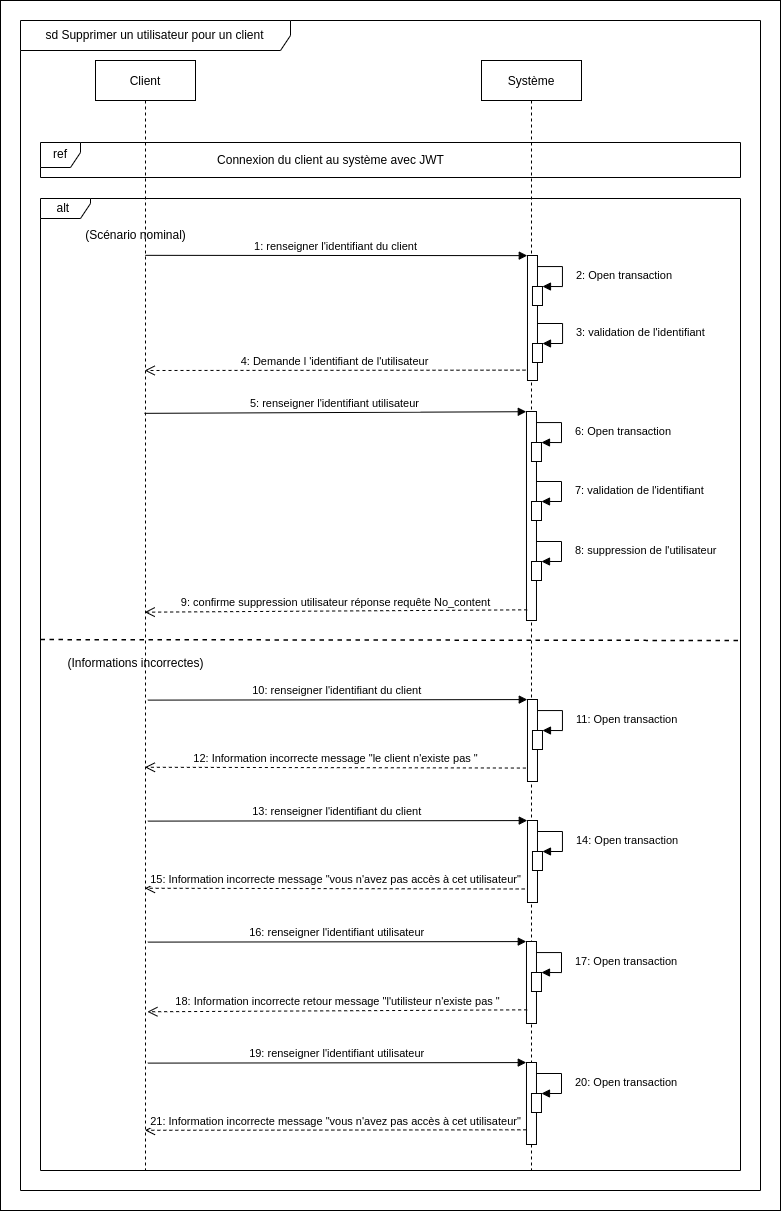
Above: conception/Diagramme UML/Diag-séquences/Diag séq Supprimer un utilisateur.png in laurent-66/API-BileMo (draw.io), before the change. Source tidied: cells renumbered, new cells last; positions are measured from the earlier drawing's top-left corner, leaving out a move shared by most shapes.
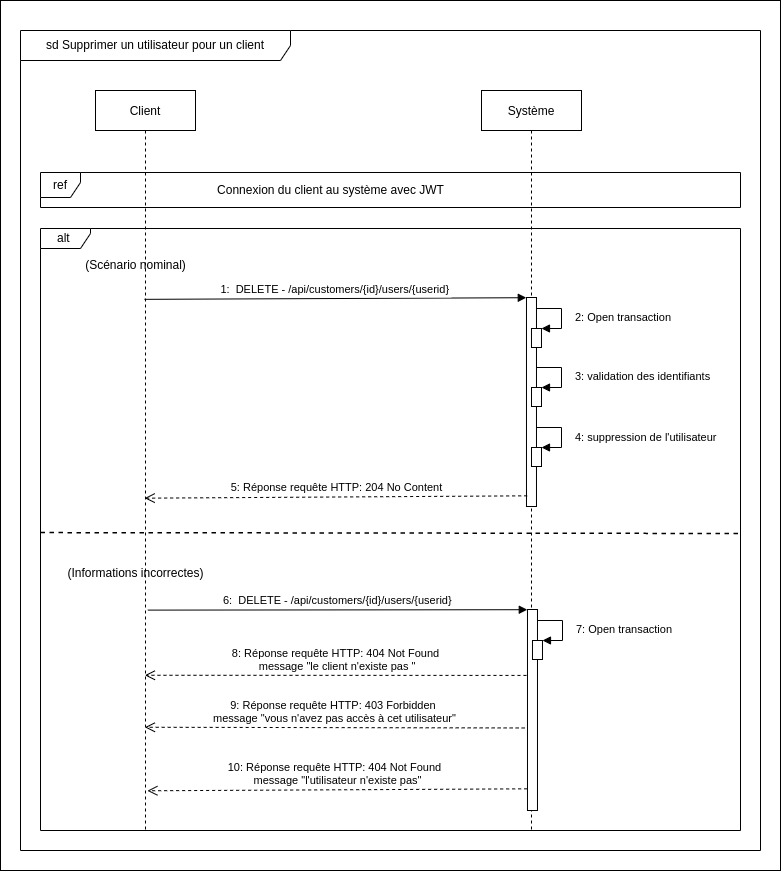
The same file after the commit.

The edit, as a diff of the source:
```diff
@@ -3,86 +3,69 @@
     <mxCell id="0" />
     <mxCell id="1" parent="0" />
     <mxCell id="2" style="rounded=0;whiteSpace=wrap;html=1;" parent="1" vertex="1">
-      <mxGeometry width="780" height="1210" as="geometry" />
+      <mxGeometry y="-30" width="780" height="870" as="geometry" />
     </mxCell>
     <mxCell id="3" value="Client" style="shape=umlLifeline;perimeter=lifelinePerimeter;rounded=0;shadow=0;strokeWidth=1;" parent="1" vertex="1">
-      <mxGeometry x="95" y="60" width="100" height="1110" as="geometry" />
+      <mxGeometry x="95" y="60" width="100" height="740" as="geometry" />
     </mxCell>
     <mxCell id="4" value="Système" style="shape=umlLifeline;perimeter=lifelinePerimeter;rounded=0;shadow=0;strokeWidth=1;" parent="1" vertex="1">
-      <mxGeometry x="481" y="60" width="100" height="1110" as="geometry" />
+      <mxGeometry x="481" y="60" width="100" height="740" as="geometry" />
     </mxCell>
     <mxCell id="5" style="points=[];perimeter=orthogonalPerimeter;rounded=0;shadow=0;strokeWidth=1;" parent="4" vertex="1">
-      <mxGeometry x="45" y="351" width="10" height="209" as="geometry" />
+      <mxGeometry x="45" y="207" width="10" height="209" as="geometry" />
     </mxCell>
     <mxCell id="6" style="html=1;points=[];perimeter=orthogonalPerimeter;" parent="4" vertex="1">
-      <mxGeometry x="50" y="382" width="10" height="19" as="geometry" />
+      <mxGeometry x="50" y="238" width="10" height="19" as="geometry" />
     </mxCell>
-    <mxCell id="7" value="6: Open transaction" style="edgeStyle=orthogonalEdgeStyle;html=1;align=left;spacingLeft=2;endArrow=block;rounded=0;entryX=1;entryY=0;" parent="4" edge="1" source="5" target="6">
+    <mxCell id="7" value="2: Open transaction" style="edgeStyle=orthogonalEdgeStyle;html=1;align=left;spacingLeft=2;endArrow=block;rounded=0;entryX=1;entryY=0;" parent="4" edge="1" source="5" target="6">
       <mxGeometry x="0.06" y="10" relative="1" as="geometry">
         <Array as="points">
-          <mxPoint x="80" y="362" />
-          <mxPoint x="80" y="382" />
+          <mxPoint x="80" y="218" />
+          <mxPoint x="80" y="238" />
         </Array>
       </mxGeometry>
     </mxCell>
-    <mxCell id="8" value="9: confirme suppression utilisateur réponse requête No_content" style="html=1;verticalAlign=bottom;endArrow=open;dashed=1;endSize=8;rounded=0;exitX=0.067;exitY=0.937;exitDx=0;exitDy=0;exitPerimeter=0;entryX=0.492;entryY=0.497;entryDx=0;entryDy=0;entryPerimeter=0;" parent="4" edge="1" target="3">
+    <mxCell id="8" value="5: Réponse requête HTTP: 204 No Content" style="html=1;verticalAlign=bottom;endArrow=open;dashed=1;endSize=8;rounded=0;exitX=0.067;exitY=0.937;exitDx=0;exitDy=0;exitPerimeter=0;entryX=0.492;entryY=0.497;entryDx=0;entryDy=0;entryPerimeter=0;" parent="4" edge="1">
       <mxGeometry relative="1" as="geometry">
-        <mxPoint x="45.7" y="549.3" as="sourcePoint" />
+        <mxPoint x="45.7" y="405.3" as="sourcePoint" />
+        <mxPoint x="-336.8" y="407.7" as="targetPoint" />
       </mxGeometry>
     </mxCell>
     <mxCell id="9" style="html=1;points=[];perimeter=orthogonalPerimeter;" parent="4" vertex="1">
-      <mxGeometry x="50" y="441" width="10" height="19" as="geometry" />
+      <mxGeometry x="50" y="297" width="10" height="19" as="geometry" />
     </mxCell>
-    <mxCell id="10" value="7: validation de l'identifiant" style="edgeStyle=orthogonalEdgeStyle;html=1;align=left;spacingLeft=2;endArrow=block;rounded=0;entryX=1;entryY=0;" parent="4" edge="1" target="9">
+    <mxCell id="10" value="3: validation des identifiants" style="edgeStyle=orthogonalEdgeStyle;html=1;align=left;spacingLeft=2;endArrow=block;rounded=0;entryX=1;entryY=0;" parent="4" edge="1" target="9">
       <mxGeometry x="0.06" y="10" relative="1" as="geometry">
-        <mxPoint x="55" y="421" as="sourcePoint" />
+        <mxPoint x="55" y="277" as="sourcePoint" />
         <Array as="points">
-          <mxPoint x="80" y="421" />
-          <mxPoint x="80" y="441" />
+          <mxPoint x="80" y="277" />
+          <mxPoint x="80" y="297" />
         </Array>
       </mxGeometry>
     </mxCell>
-    <mxCell id="11" style="points=[];perimeter=orthogonalPerimeter;rounded=0;shadow=0;strokeWidth=1;" parent="4" vertex="1">
-      <mxGeometry x="45" y="881" width="10" height="82" as="geometry" />
-    </mxCell>
-    <mxCell id="12" style="html=1;points=[];perimeter=orthogonalPerimeter;" parent="4" vertex="1">
-      <mxGeometry x="50" y="912" width="10" height="19" as="geometry" />
-    </mxCell>
-    <mxCell id="13" value="17: Open transaction" style="edgeStyle=orthogonalEdgeStyle;html=1;align=left;spacingLeft=2;endArrow=block;rounded=0;entryX=1;entryY=0;" parent="4" edge="1" source="11" target="12">
-      <mxGeometry x="0.06" y="10" relative="1" as="geometry">
-        <Array as="points">
-          <mxPoint x="80" y="892" />
-          <mxPoint x="80" y="912" />
-        </Array>
-      </mxGeometry>
-    </mxCell>
-    <mxCell id="14" value="18: Information incorrecte retour message &quot;l'utilisteur n'existe pas &quot;" style="html=1;verticalAlign=bottom;endArrow=open;dashed=1;endSize=8;rounded=0;exitX=0.067;exitY=0.937;exitDx=0;exitDy=0;exitPerimeter=0;entryX=0.519;entryY=0.857;entryDx=0;entryDy=0;entryPerimeter=0;" parent="4" edge="1" target="3">
+    <mxCell id="14" value="10: Réponse requête HTTP: 404 Not Found&amp;nbsp; &lt;br&gt;message &quot;l'utilisateur n'existe pas&quot;" style="html=1;verticalAlign=bottom;endArrow=open;dashed=1;endSize=8;rounded=0;exitX=0.067;exitY=0.937;exitDx=0;exitDy=0;exitPerimeter=0;entryX=0.519;entryY=0.857;entryDx=0;entryDy=0;entryPerimeter=0;" parent="4" edge="1">
       <mxGeometry relative="1" as="geometry">
-        <mxPoint x="45.7" y="949.3" as="sourcePoint" />
+        <mxPoint x="45.7" y="698.3" as="sourcePoint" />
+        <mxPoint x="-334.1" y="700.3" as="targetPoint" />
       </mxGeometry>
     </mxCell>
-    <mxCell id="15" value="4: Demande l 'identifiant de l'utilisateur" style="html=1;verticalAlign=bottom;endArrow=open;dashed=1;endSize=8;rounded=0;exitX=-0.198;exitY=0.917;exitDx=0;exitDy=0;exitPerimeter=0;" parent="4" edge="1" source="25">
-      <mxGeometry relative="1" as="geometry">
-        <mxPoint x="-336.8" y="310" as="targetPoint" />
-      </mxGeometry>
-    </mxCell>
     <mxCell id="16" value="alt&amp;nbsp;" style="shape=umlFrame;whiteSpace=wrap;html=1;width=50;height=20;" parent="1" vertex="1">
-      <mxGeometry x="40" y="198" width="700" height="972" as="geometry" />
+      <mxGeometry x="40" y="198" width="700" height="602" as="geometry" />
     </mxCell>
     <mxCell id="17" value="(Scénario nominal)" style="text;html=1;align=center;verticalAlign=middle;strokeColor=none;fillColor=none;" parent="1" vertex="1">
       <mxGeometry x="75" y="220" width="120" height="30" as="geometry" />
     </mxCell>
     <mxCell id="18" value="(Informations incorrectes)" style="text;html=1;align=center;verticalAlign=middle;strokeColor=none;fillColor=none;" parent="1" vertex="1">
-      <mxGeometry x="55" y="648" width="160" height="30" as="geometry" />
+      <mxGeometry x="55" y="528" width="160" height="30" as="geometry" />
     </mxCell>
     <mxCell id="19" style="endArrow=none;dashed=1;html=1;rounded=0;exitX=0;exitY=0.645;exitDx=0;exitDy=0;exitPerimeter=0;strokeWidth=1.5;" parent="1" edge="1">
       <mxGeometry relative="1" as="geometry">
-        <mxPoint x="40" y="639.1" as="sourcePoint" />
-        <mxPoint x="740" y="640" as="targetPoint" />
+        <mxPoint x="40" y="502.1" as="sourcePoint" />
+        <mxPoint x="740" y="503" as="targetPoint" />
       </mxGeometry>
     </mxCell>
     <mxCell id="20" value="sd Supprimer un utilisateur pour un client" style="shape=umlFrame;whiteSpace=wrap;html=1;width=270;height=30;" parent="1" vertex="1">
-      <mxGeometry x="20" y="20" width="740" height="1170" as="geometry" />
+      <mxGeometry x="20" width="740" height="820" as="geometry" />
     </mxCell>
     <mxCell id="21" value="ref" style="shape=umlFrame;whiteSpace=wrap;html=1;width=40;height=25;" parent="1" vertex="1">
       <mxGeometry x="40" y="142" width="700" height="35" as="geometry" />
@@ -90,129 +73,51 @@
     <mxCell id="22" value="Connexion du client au système avec JWT" style="text;html=1;align=center;verticalAlign=middle;strokeColor=none;fillColor=none;" parent="1" vertex="1">
       <mxGeometry x="205" y="145" width="250" height="30" as="geometry" />
     </mxCell>
-    <mxCell id="23" value="16: renseigner l'identifiant utilisateur" style="verticalAlign=bottom;endArrow=block;shadow=0;strokeWidth=1;entryX=-0.02;entryY=0.001;entryDx=0;entryDy=0;entryPerimeter=0;exitX=0.523;exitY=0.857;exitDx=0;exitDy=0;exitPerimeter=0;" parent="1" edge="1" target="11">
-      <mxGeometry relative="1" as="geometry">
-        <mxPoint x="147.3" y="941.6" as="sourcePoint" />
-      </mxGeometry>
-    </mxCell>
-    <mxCell id="24" value="5: renseigner l'identifiant utilisateur" style="verticalAlign=bottom;endArrow=block;shadow=0;strokeWidth=1;entryX=-0.02;entryY=0.001;entryDx=0;entryDy=0;entryPerimeter=0;exitX=0.489;exitY=0.508;exitDx=0;exitDy=0;exitPerimeter=0;" parent="1" edge="1" target="5">
+    <mxCell id="24" value="1:  DELETE - /api/customers/{id}/users/{userid}" style="verticalAlign=bottom;endArrow=block;shadow=0;strokeWidth=1;entryX=-0.02;entryY=0.001;entryDx=0;entryDy=0;entryPerimeter=0;exitX=0.489;exitY=0.508;exitDx=0;exitDy=0;exitPerimeter=0;" parent="1" edge="1" target="5">
       <mxGeometry relative="1" as="geometry">
-        <mxPoint x="143.9" y="412.8" as="sourcePoint" />
+        <mxPoint x="143.9" y="268.8" as="sourcePoint" />
       </mxGeometry>
     </mxCell>
-    <mxCell id="25" style="points=[];perimeter=orthogonalPerimeter;rounded=0;shadow=0;strokeWidth=1;" parent="1" vertex="1">
-      <mxGeometry x="527" y="255" width="10" height="125" as="geometry" />
-    </mxCell>
-    <mxCell id="26" style="html=1;points=[];perimeter=orthogonalPerimeter;" parent="1" vertex="1">
-      <mxGeometry x="532" y="286" width="10" height="19" as="geometry" />
-    </mxCell>
-    <mxCell id="27" value="2: Open transaction" style="edgeStyle=orthogonalEdgeStyle;html=1;align=left;spacingLeft=2;endArrow=block;rounded=0;entryX=1;entryY=0;" parent="1" edge="1" source="25" target="26">
-      <mxGeometry x="0.06" y="10" relative="1" as="geometry">
-        <Array as="points">
-          <mxPoint x="562" y="266" />
-          <mxPoint x="562" y="286" />
-        </Array>
-      </mxGeometry>
-    </mxCell>
-    <mxCell id="28" value="1: renseigner l'identifiant du client" style="verticalAlign=bottom;endArrow=block;shadow=0;strokeWidth=1;entryX=-0.02;entryY=0.001;entryDx=0;entryDy=0;entryPerimeter=0;exitX=0.489;exitY=0.508;exitDx=0;exitDy=0;exitPerimeter=0;" parent="1" edge="1" target="25">
-      <mxGeometry relative="1" as="geometry">
-        <mxPoint x="144.9" y="254.8" as="sourcePoint" />
-      </mxGeometry>
-    </mxCell>
-    <mxCell id="29" style="html=1;points=[];perimeter=orthogonalPerimeter;" parent="1" vertex="1">
-      <mxGeometry x="532" y="343" width="10" height="19" as="geometry" />
-    </mxCell>
-    <mxCell id="30" value="3: validation de l'identifiant" style="edgeStyle=orthogonalEdgeStyle;html=1;align=left;spacingLeft=2;endArrow=block;rounded=0;entryX=1;entryY=0;" parent="1" edge="1" target="29">
-      <mxGeometry x="0.06" y="10" relative="1" as="geometry">
-        <mxPoint x="537" y="323" as="sourcePoint" />
-        <Array as="points">
-          <mxPoint x="562" y="323" />
-          <mxPoint x="562" y="343" />
-        </Array>
-      </mxGeometry>
-    </mxCell>
     <mxCell id="31" style="html=1;points=[];perimeter=orthogonalPerimeter;" parent="1" vertex="1">
-      <mxGeometry x="531" y="561" width="10" height="19" as="geometry" />
+      <mxGeometry x="531" y="417" width="10" height="19" as="geometry" />
     </mxCell>
-    <mxCell id="32" value="8: suppression de l'utilisateur" style="edgeStyle=orthogonalEdgeStyle;html=1;align=left;spacingLeft=2;endArrow=block;rounded=0;entryX=1;entryY=0;exitX=0.967;exitY=0.622;exitDx=0;exitDy=0;exitPerimeter=0;" parent="1" edge="1" source="5" target="31">
+    <mxCell id="32" value="4: suppression de l'utilisateur" style="edgeStyle=orthogonalEdgeStyle;html=1;align=left;spacingLeft=2;endArrow=block;rounded=0;entryX=1;entryY=0;exitX=0.967;exitY=0.622;exitDx=0;exitDy=0;exitPerimeter=0;" parent="1" edge="1" source="5" target="31">
       <mxGeometry x="0.06" y="10" relative="1" as="geometry">
         <Array as="points">
-          <mxPoint x="561" y="541" />
-          <mxPoint x="561" y="561" />
+          <mxPoint x="561" y="397" />
+          <mxPoint x="561" y="417" />
         </Array>
       </mxGeometry>
     </mxCell>
-    <mxCell id="33" style="points=[];perimeter=orthogonalPerimeter;rounded=0;shadow=0;strokeWidth=1;" parent="1" vertex="1">
-      <mxGeometry x="526" y="1062" width="10" height="82" as="geometry" />
-    </mxCell>
-    <mxCell id="34" style="html=1;points=[];perimeter=orthogonalPerimeter;" parent="1" vertex="1">
-      <mxGeometry x="531" y="1093" width="10" height="19" as="geometry" />
-    </mxCell>
-    <mxCell id="35" value="20: Open transaction" style="edgeStyle=orthogonalEdgeStyle;html=1;align=left;spacingLeft=2;endArrow=block;rounded=0;entryX=1;entryY=0;" parent="1" edge="1" source="33" target="34">
-      <mxGeometry x="0.06" y="10" relative="1" as="geometry">
-        <Array as="points">
-          <mxPoint x="561" y="1073" />
-          <mxPoint x="561" y="1093" />
-        </Array>
-      </mxGeometry>
-    </mxCell>
-    <mxCell id="36" value="21: Information incorrecte message &quot;vous n'avez pas accès à cet utilisateur&quot;" style="html=1;verticalAlign=bottom;endArrow=open;dashed=1;endSize=8;rounded=0;exitX=-0.015;exitY=0.821;exitDx=0;exitDy=0;exitPerimeter=0;entryX=0.494;entryY=0.949;entryDx=0;entryDy=0;entryPerimeter=0;" parent="1" edge="1" source="33">
-      <mxGeometry relative="1" as="geometry">
-        <mxPoint x="144.4" y="1129.8" as="targetPoint" />
-      </mxGeometry>
-    </mxCell>
-    <mxCell id="37" value="19: renseigner l'identifiant utilisateur" style="verticalAlign=bottom;endArrow=block;shadow=0;strokeWidth=1;entryX=-0.02;entryY=0.001;entryDx=0;entryDy=0;entryPerimeter=0;exitX=0.523;exitY=0.857;exitDx=0;exitDy=0;exitPerimeter=0;" parent="1" edge="1" target="33">
-      <mxGeometry relative="1" as="geometry">
-        <mxPoint x="147.3" y="1062.6" as="sourcePoint" />
-      </mxGeometry>
-    </mxCell>
     <mxCell id="38" style="points=[];perimeter=orthogonalPerimeter;rounded=0;shadow=0;strokeWidth=1;" parent="1" vertex="1">
-      <mxGeometry x="527" y="699" width="10" height="82" as="geometry" />
+      <mxGeometry x="527" y="579" width="10" height="201" as="geometry" />
     </mxCell>
     <mxCell id="39" style="html=1;points=[];perimeter=orthogonalPerimeter;" parent="1" vertex="1">
-      <mxGeometry x="532" y="730" width="10" height="19" as="geometry" />
+      <mxGeometry x="532" y="610" width="10" height="19" as="geometry" />
     </mxCell>
-    <mxCell id="40" value="11: Open transaction" style="edgeStyle=orthogonalEdgeStyle;html=1;align=left;spacingLeft=2;endArrow=block;rounded=0;entryX=1;entryY=0;" parent="1" edge="1" source="38" target="39">
+    <mxCell id="40" value="7: Open transaction" style="edgeStyle=orthogonalEdgeStyle;html=1;align=left;spacingLeft=2;endArrow=block;rounded=0;entryX=1;entryY=0;" parent="1" edge="1" source="38" target="39">
       <mxGeometry x="0.06" y="10" relative="1" as="geometry">
         <Array as="points">
-          <mxPoint x="562" y="710" />
-          <mxPoint x="562" y="730" />
+          <mxPoint x="562" y="590" />
+          <mxPoint x="562" y="610" />
         </Array>
       </mxGeometry>
     </mxCell>
-    <mxCell id="41" value="12: Information incorrecte message &quot;le client n'existe pas &quot;" style="html=1;verticalAlign=bottom;endArrow=open;dashed=1;endSize=8;rounded=0;exitX=-0.16;exitY=0.836;exitDx=0;exitDy=0;exitPerimeter=0;entryX=0.494;entryY=0.949;entryDx=0;entryDy=0;entryPerimeter=0;" parent="1" edge="1" source="38">
+    <mxCell id="41" value="8: Réponse requête HTTP: 404 Not Found&lt;br&gt;&amp;nbsp;message &quot;le client n'existe pas &quot;" style="html=1;verticalAlign=bottom;endArrow=open;dashed=1;endSize=8;rounded=0;entryX=0.494;entryY=0.949;entryDx=0;entryDy=0;entryPerimeter=0;exitX=-0.102;exitY=0.328;exitDx=0;exitDy=0;exitPerimeter=0;" parent="1" edge="1" source="38">
       <mxGeometry relative="1" as="geometry">
-        <mxPoint x="144.4" y="766.8" as="targetPoint" />
+        <mxPoint x="144.4" y="644.8" as="targetPoint" />
       </mxGeometry>
     </mxCell>
-    <mxCell id="42" value="10: renseigner l'identifiant du client" style="verticalAlign=bottom;endArrow=block;shadow=0;strokeWidth=1;entryX=-0.02;entryY=0.001;entryDx=0;entryDy=0;entryPerimeter=0;exitX=0.523;exitY=0.857;exitDx=0;exitDy=0;exitPerimeter=0;" parent="1" edge="1" target="38">
+    <mxCell id="42" value="6:  DELETE - /api/customers/{id}/users/{userid}" style="verticalAlign=bottom;endArrow=block;shadow=0;strokeWidth=1;entryX=-0.02;entryY=0.001;entryDx=0;entryDy=0;entryPerimeter=0;exitX=0.523;exitY=0.857;exitDx=0;exitDy=0;exitPerimeter=0;" parent="1" edge="1" target="38">
       <mxGeometry relative="1" as="geometry">
-        <mxPoint x="147.3" y="699.6" as="sourcePoint" />
+        <mxPoint x="147.3" y="579.6" as="sourcePoint" />
       </mxGeometry>
     </mxCell>
-    <mxCell id="43" style="points=[];perimeter=orthogonalPerimeter;rounded=0;shadow=0;strokeWidth=1;" parent="1" vertex="1">
-      <mxGeometry x="527" y="820" width="10" height="82" as="geometry" />
-    </mxCell>
-    <mxCell id="44" style="html=1;points=[];perimeter=orthogonalPerimeter;" parent="1" vertex="1">
-      <mxGeometry x="532" y="851" width="10" height="19" as="geometry" />
-    </mxCell>
-    <mxCell id="45" value="14: Open transaction" style="edgeStyle=orthogonalEdgeStyle;html=1;align=left;spacingLeft=2;endArrow=block;rounded=0;entryX=1;entryY=0;" parent="1" edge="1" source="43" target="44">
-      <mxGeometry x="0.06" y="10" relative="1" as="geometry">
-        <Array as="points">
-          <mxPoint x="562" y="831" />
-          <mxPoint x="562" y="851" />
-        </Array>
-      </mxGeometry>
-    </mxCell>
-    <mxCell id="46" value="15: Information incorrecte message &quot;vous n'avez pas accès à cet utilisateur&quot;" style="html=1;verticalAlign=bottom;endArrow=open;dashed=1;endSize=8;rounded=0;exitX=-0.281;exitY=0.835;exitDx=0;exitDy=0;exitPerimeter=0;entryX=0.494;entryY=0.949;entryDx=0;entryDy=0;entryPerimeter=0;" parent="1" edge="1" source="43">
+    <mxCell id="46" value="9: Réponse requête HTTP: 403 Forbidden &lt;br&gt;message &quot;vous n'avez pas accès à cet utilisateur&quot;" style="html=1;verticalAlign=bottom;endArrow=open;dashed=1;endSize=8;rounded=0;exitX=-0.281;exitY=0.835;exitDx=0;exitDy=0;exitPerimeter=0;entryX=0.494;entryY=0.949;entryDx=0;entryDy=0;entryPerimeter=0;" parent="1" edge="1">
       <mxGeometry relative="1" as="geometry">
-        <mxPoint x="144.4" y="887.8" as="targetPoint" />
+        <mxPoint x="524.2" y="697.5" as="sourcePoint" />
+        <mxPoint x="144.4" y="696.8" as="targetPoint" />
       </mxGeometry>
     </mxCell>
-    <mxCell id="47" value="13: renseigner l'identifiant du client" style="verticalAlign=bottom;endArrow=block;shadow=0;strokeWidth=1;entryX=-0.02;entryY=0.001;entryDx=0;entryDy=0;entryPerimeter=0;exitX=0.523;exitY=0.857;exitDx=0;exitDy=0;exitPerimeter=0;" parent="1" edge="1" target="43">
-      <mxGeometry relative="1" as="geometry">
-        <mxPoint x="147.3" y="820.6" as="sourcePoint" />
-      </mxGeometry>
-    </mxCell>
   </root>
 </mxGraphModel>
```
